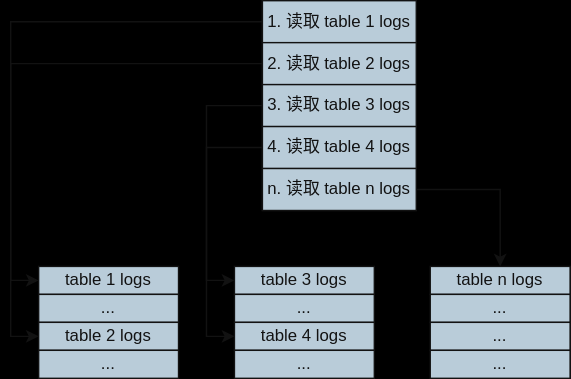
Earlier version of the draw.io export rockswal.drawio.svg (Rachelint/drawio-store). Source tidied: cells renumbered, new cells last; positions are measured from the earlier drawing's top-left corner, leaving out a move shared by most shapes. Source of this version:
```xml
<mxGraphModel background="#000000">
  <root>
    <mxCell id="0" />
    <mxCell id="1" parent="0" />
    <mxCell id="2" style="rounded=0;whiteSpace=wrap;html=1;fillColor=#182E3E;strokeColor=#FFFFFF;fontColor=#FFFFFF;labelBackgroundColor=none;" parent="1" vertex="1">
      <mxGeometry x="180" width="110" height="150" as="geometry" />
    </mxCell>
    <mxCell id="3" value="&lt;font color=&quot;#ffffff&quot;&gt;table 1 logs&lt;br&gt;&lt;/font&gt;" style="rounded=0;whiteSpace=wrap;html=1;labelBackgroundColor=none;fillColor=#182E3E;strokeColor=#FFFFFF;fontColor=#FFFFFF;" parent="1" vertex="1">
      <mxGeometry x="20" y="190" width="100" height="20" as="geometry" />
    </mxCell>
    <mxCell id="4" value="..." style="rounded=0;whiteSpace=wrap;html=1;labelBackgroundColor=none;fillColor=#182E3E;strokeColor=#FFFFFF;fontColor=#FFFFFF;" parent="1" vertex="1">
      <mxGeometry x="20" y="210" width="100" height="20" as="geometry" />
    </mxCell>
    <mxCell id="5" value="table 2 logs" style="rounded=0;whiteSpace=wrap;html=1;labelBackgroundColor=none;fillColor=#182E3E;strokeColor=#FFFFFF;fontColor=#FFFFFF;" parent="1" vertex="1">
      <mxGeometry x="20" y="230" width="100" height="20" as="geometry" />
    </mxCell>
    <mxCell id="6" value="..." style="rounded=0;whiteSpace=wrap;html=1;labelBackgroundColor=none;fillColor=#182E3E;strokeColor=#FFFFFF;fontColor=#FFFFFF;" parent="1" vertex="1">
      <mxGeometry x="20" y="250" width="100" height="20" as="geometry" />
    </mxCell>
    <mxCell id="7" value="table 3 logs" style="rounded=0;whiteSpace=wrap;html=1;labelBackgroundColor=none;fillColor=#182E3E;strokeColor=#FFFFFF;fontColor=#FFFFFF;" parent="1" vertex="1">
      <mxGeometry x="160" y="190" width="100" height="20" as="geometry" />
    </mxCell>
    <mxCell id="8" value="..." style="rounded=0;whiteSpace=wrap;html=1;labelBackgroundColor=none;fillColor=#182E3E;strokeColor=#FFFFFF;fontColor=#FFFFFF;" parent="1" vertex="1">
      <mxGeometry x="160" y="210" width="100" height="20" as="geometry" />
    </mxCell>
    <mxCell id="9" value="table 4 logs" style="rounded=0;whiteSpace=wrap;html=1;labelBackgroundColor=none;fillColor=#182E3E;strokeColor=#FFFFFF;fontColor=#FFFFFF;" parent="1" vertex="1">
      <mxGeometry x="160" y="230" width="100" height="20" as="geometry" />
    </mxCell>
    <mxCell id="10" value="..." style="rounded=0;whiteSpace=wrap;html=1;labelBackgroundColor=none;fillColor=#182E3E;strokeColor=#FFFFFF;fontColor=#FFFFFF;" parent="1" vertex="1">
      <mxGeometry x="160" y="250" width="100" height="20" as="geometry" />
    </mxCell>
    <mxCell id="11" value="table n logs" style="rounded=0;whiteSpace=wrap;html=1;labelBackgroundColor=none;fillColor=#182E3E;strokeColor=#FFFFFF;fontColor=#FFFFFF;" parent="1" vertex="1">
      <mxGeometry x="300" y="190" width="100" height="20" as="geometry" />
    </mxCell>
    <mxCell id="12" value="..." style="rounded=0;whiteSpace=wrap;html=1;labelBackgroundColor=none;fillColor=#182E3E;strokeColor=#FFFFFF;fontColor=#FFFFFF;" parent="1" vertex="1">
      <mxGeometry x="300" y="210" width="100" height="20" as="geometry" />
    </mxCell>
    <mxCell id="13" value="..." style="rounded=0;whiteSpace=wrap;html=1;labelBackgroundColor=none;fillColor=#182E3E;strokeColor=#FFFFFF;fontColor=#FFFFFF;" parent="1" vertex="1">
      <mxGeometry x="300" y="230" width="100" height="20" as="geometry" />
    </mxCell>
    <mxCell id="14" value="..." style="rounded=0;whiteSpace=wrap;html=1;labelBackgroundColor=none;fillColor=#182E3E;strokeColor=#FFFFFF;fontColor=#FFFFFF;" parent="1" vertex="1">
      <mxGeometry x="300" y="250" width="100" height="20" as="geometry" />
    </mxCell>
    <mxCell id="15" style="edgeStyle=orthogonalEdgeStyle;rounded=0;jettySize=auto;html=1;exitX=0;exitY=0.5;exitDx=0;exitDy=0;entryX=0;entryY=0.5;entryDx=0;entryDy=0;strokeColor=#FFFFFF;labelBackgroundColor=none;fontColor=default;" parent="1" edge="1" source="16" target="3">
      <mxGeometry relative="1" as="geometry" />
    </mxCell>
    <mxCell id="16" value="1. 读取 table 1 logs" style="text;html=1;align=center;verticalAlign=middle;whiteSpace=wrap;rounded=0;fillColor=#182E3E;strokeColor=#FFFFFF;fontColor=#FFFFFF;labelBackgroundColor=none;" parent="1" vertex="1">
      <mxGeometry x="180" width="110" height="30" as="geometry" />
    </mxCell>
    <mxCell id="17" style="edgeStyle=orthogonalEdgeStyle;rounded=0;jettySize=auto;html=1;exitX=0;exitY=0.5;exitDx=0;exitDy=0;entryX=0;entryY=0.5;entryDx=0;entryDy=0;strokeColor=#FFFFFF;labelBackgroundColor=none;fontColor=default;" parent="1" edge="1" source="18" target="5">
      <mxGeometry relative="1" as="geometry">
        <Array as="points">
          <mxPoint y="45" />
          <mxPoint y="240" />
        </Array>
      </mxGeometry>
    </mxCell>
    <mxCell id="18" value="2. 读取 table 2 logs" style="text;html=1;align=center;verticalAlign=middle;whiteSpace=wrap;rounded=0;fillColor=#182E3E;strokeColor=#FFFFFF;fontColor=#FFFFFF;labelBackgroundColor=none;" parent="1" vertex="1">
      <mxGeometry x="180" y="30" width="110" height="30" as="geometry" />
    </mxCell>
    <mxCell id="19" style="edgeStyle=orthogonalEdgeStyle;rounded=0;jettySize=auto;html=1;exitX=0;exitY=0.5;exitDx=0;exitDy=0;entryX=0;entryY=0.5;entryDx=0;entryDy=0;strokeColor=#FFFFFF;labelBackgroundColor=none;fontColor=default;" parent="1" edge="1" source="20" target="7">
      <mxGeometry relative="1" as="geometry" />
    </mxCell>
    <mxCell id="20" value="3. 读取 table 3 logs" style="text;html=1;align=center;verticalAlign=middle;whiteSpace=wrap;rounded=0;fillColor=#182E3E;strokeColor=#FFFFFF;fontColor=#FFFFFF;labelBackgroundColor=none;" parent="1" vertex="1">
      <mxGeometry x="180" y="60" width="110" height="30" as="geometry" />
    </mxCell>
    <mxCell id="21" style="edgeStyle=orthogonalEdgeStyle;rounded=0;jettySize=auto;html=1;exitX=0;exitY=0.5;exitDx=0;exitDy=0;entryX=0;entryY=0.5;entryDx=0;entryDy=0;strokeColor=#FFFFFF;labelBackgroundColor=none;fontColor=default;" parent="1" edge="1" source="22" target="9">
      <mxGeometry relative="1" as="geometry" />
    </mxCell>
    <mxCell id="22" value="4. 读取 table 4 logs" style="text;html=1;align=center;verticalAlign=middle;whiteSpace=wrap;rounded=0;fillColor=#182E3E;strokeColor=#FFFFFF;fontColor=#FFFFFF;labelBackgroundColor=none;" parent="1" vertex="1">
      <mxGeometry x="180" y="90" width="110" height="30" as="geometry" />
    </mxCell>
    <mxCell id="23" style="edgeStyle=orthogonalEdgeStyle;rounded=0;jettySize=auto;html=1;exitX=1;exitY=0.5;exitDx=0;exitDy=0;entryX=0.5;entryY=0;entryDx=0;entryDy=0;strokeColor=#FFFFFF;labelBackgroundColor=none;fontColor=default;" parent="1" edge="1" source="24" target="11">
      <mxGeometry relative="1" as="geometry" />
    </mxCell>
    <mxCell id="24" value="n. 读取 table n logs" style="text;html=1;align=center;verticalAlign=middle;whiteSpace=wrap;rounded=0;fillColor=#182E3E;strokeColor=#FFFFFF;fontColor=#FFFFFF;labelBackgroundColor=none;" parent="1" vertex="1">
      <mxGeometry x="180" y="120" width="110" height="30" as="geometry" />
    </mxCell>
  </root>
</mxGraphModel>
```
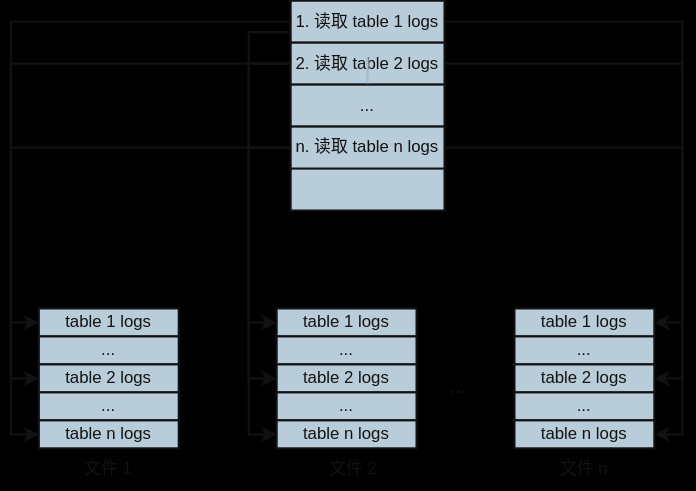
The same file after the commit.

Change to the diagram source:
```diff
@@ -2,79 +2,122 @@
   <root>
     <mxCell id="0" />
     <mxCell id="1" parent="0" />
-    <mxCell id="2" style="rounded=0;whiteSpace=wrap;html=1;fillColor=#182E3E;strokeColor=#FFFFFF;fontColor=#FFFFFF;labelBackgroundColor=none;" parent="1" vertex="1">
-      <mxGeometry x="180" width="110" height="150" as="geometry" />
+    <mxCell id="2" style="rounded=0;whiteSpace=wrap;html=1;fillColor=#182E3E;strokeColor=#FFFFFF;fontColor=#FFFFFF;labelBackgroundColor=none;strokeWidth=1.5;" parent="1" vertex="1">
+      <mxGeometry x="210" y="-30" width="110" height="150" as="geometry" />
     </mxCell>
-    <mxCell id="3" value="&lt;font color=&quot;#ffffff&quot;&gt;table 1 logs&lt;br&gt;&lt;/font&gt;" style="rounded=0;whiteSpace=wrap;html=1;labelBackgroundColor=none;fillColor=#182E3E;strokeColor=#FFFFFF;fontColor=#FFFFFF;" parent="1" vertex="1">
-      <mxGeometry x="20" y="190" width="100" height="20" as="geometry" />
+    <mxCell id="3" value="&lt;font color=&quot;#ffffff&quot;&gt;table 1 logs&lt;br&gt;&lt;/font&gt;" style="rounded=0;whiteSpace=wrap;html=1;labelBackgroundColor=none;fillColor=#182E3E;strokeColor=#FFFFFF;fontColor=#FFFFFF;strokeWidth=1.5;" parent="1" vertex="1">
+      <mxGeometry x="30" y="190" width="100" height="20" as="geometry" />
     </mxCell>
-    <mxCell id="4" value="..." style="rounded=0;whiteSpace=wrap;html=1;labelBackgroundColor=none;fillColor=#182E3E;strokeColor=#FFFFFF;fontColor=#FFFFFF;" parent="1" vertex="1">
-      <mxGeometry x="20" y="210" width="100" height="20" as="geometry" />
+    <mxCell id="4" value="..." style="rounded=0;whiteSpace=wrap;html=1;labelBackgroundColor=none;fillColor=#182E3E;strokeColor=#FFFFFF;fontColor=#FFFFFF;strokeWidth=1.5;" parent="1" vertex="1">
+      <mxGeometry x="30" y="210" width="100" height="20" as="geometry" />
     </mxCell>
-    <mxCell id="5" value="table 2 logs" style="rounded=0;whiteSpace=wrap;html=1;labelBackgroundColor=none;fillColor=#182E3E;strokeColor=#FFFFFF;fontColor=#FFFFFF;" parent="1" vertex="1">
-      <mxGeometry x="20" y="230" width="100" height="20" as="geometry" />
+    <mxCell id="5" value="table 2 logs" style="rounded=0;whiteSpace=wrap;html=1;labelBackgroundColor=none;fillColor=#182E3E;strokeColor=#FFFFFF;fontColor=#FFFFFF;strokeWidth=1.5;" parent="1" vertex="1">
+      <mxGeometry x="30" y="230" width="100" height="20" as="geometry" />
     </mxCell>
-    <mxCell id="6" value="..." style="rounded=0;whiteSpace=wrap;html=1;labelBackgroundColor=none;fillColor=#182E3E;strokeColor=#FFFFFF;fontColor=#FFFFFF;" parent="1" vertex="1">
-      <mxGeometry x="20" y="250" width="100" height="20" as="geometry" />
+    <mxCell id="6" value="..." style="rounded=0;whiteSpace=wrap;html=1;labelBackgroundColor=none;fillColor=#182E3E;strokeColor=#FFFFFF;fontColor=#FFFFFF;strokeWidth=1.5;" parent="1" vertex="1">
+      <mxGeometry x="30" y="250" width="100" height="20" as="geometry" />
     </mxCell>
-    <mxCell id="7" value="table 3 logs" style="rounded=0;whiteSpace=wrap;html=1;labelBackgroundColor=none;fillColor=#182E3E;strokeColor=#FFFFFF;fontColor=#FFFFFF;" parent="1" vertex="1">
-      <mxGeometry x="160" y="190" width="100" height="20" as="geometry" />
+    <mxCell id="7" value="table 1 logs" style="rounded=0;whiteSpace=wrap;html=1;labelBackgroundColor=none;fillColor=#182E3E;strokeColor=#FFFFFF;fontColor=#FFFFFF;strokeWidth=1.5;" parent="1" vertex="1">
+      <mxGeometry x="200" y="190" width="100" height="20" as="geometry" />
     </mxCell>
-    <mxCell id="8" value="..." style="rounded=0;whiteSpace=wrap;html=1;labelBackgroundColor=none;fillColor=#182E3E;strokeColor=#FFFFFF;fontColor=#FFFFFF;" parent="1" vertex="1">
-      <mxGeometry x="160" y="210" width="100" height="20" as="geometry" />
+    <mxCell id="8" value="..." style="rounded=0;whiteSpace=wrap;html=1;labelBackgroundColor=none;fillColor=#182E3E;strokeColor=#FFFFFF;fontColor=#FFFFFF;strokeWidth=1.5;" parent="1" vertex="1">
+      <mxGeometry x="200" y="210" width="100" height="20" as="geometry" />
     </mxCell>
-    <mxCell id="9" value="table 4 logs" style="rounded=0;whiteSpace=wrap;html=1;labelBackgroundColor=none;fillColor=#182E3E;strokeColor=#FFFFFF;fontColor=#FFFFFF;" parent="1" vertex="1">
-      <mxGeometry x="160" y="230" width="100" height="20" as="geometry" />
+    <mxCell id="9" value="table 2 logs" style="rounded=0;whiteSpace=wrap;html=1;labelBackgroundColor=none;fillColor=#182E3E;strokeColor=#FFFFFF;fontColor=#FFFFFF;strokeWidth=1.5;" parent="1" vertex="1">
+      <mxGeometry x="200" y="230" width="100" height="20" as="geometry" />
     </mxCell>
-    <mxCell id="10" value="..." style="rounded=0;whiteSpace=wrap;html=1;labelBackgroundColor=none;fillColor=#182E3E;strokeColor=#FFFFFF;fontColor=#FFFFFF;" parent="1" vertex="1">
-      <mxGeometry x="160" y="250" width="100" height="20" as="geometry" />
+    <mxCell id="10" value="..." style="rounded=0;whiteSpace=wrap;html=1;labelBackgroundColor=none;fillColor=#182E3E;strokeColor=#FFFFFF;fontColor=#FFFFFF;strokeWidth=1.5;" parent="1" vertex="1">
+      <mxGeometry x="200" y="250" width="100" height="20" as="geometry" />
     </mxCell>
-    <mxCell id="11" value="table n logs" style="rounded=0;whiteSpace=wrap;html=1;labelBackgroundColor=none;fillColor=#182E3E;strokeColor=#FFFFFF;fontColor=#FFFFFF;" parent="1" vertex="1">
-      <mxGeometry x="300" y="190" width="100" height="20" as="geometry" />
+    <mxCell id="11" value="table 1 logs" style="rounded=0;whiteSpace=wrap;html=1;labelBackgroundColor=none;fillColor=#182E3E;strokeColor=#FFFFFF;fontColor=#FFFFFF;strokeWidth=1.5;" parent="1" vertex="1">
+      <mxGeometry x="370" y="190" width="100" height="20" as="geometry" />
     </mxCell>
-    <mxCell id="12" value="..." style="rounded=0;whiteSpace=wrap;html=1;labelBackgroundColor=none;fillColor=#182E3E;strokeColor=#FFFFFF;fontColor=#FFFFFF;" parent="1" vertex="1">
-      <mxGeometry x="300" y="210" width="100" height="20" as="geometry" />
+    <mxCell id="12" value="..." style="rounded=0;whiteSpace=wrap;html=1;labelBackgroundColor=none;fillColor=#182E3E;strokeColor=#FFFFFF;fontColor=#FFFFFF;strokeWidth=1.5;" parent="1" vertex="1">
+      <mxGeometry x="370" y="210" width="100" height="20" as="geometry" />
     </mxCell>
-    <mxCell id="13" value="..." style="rounded=0;whiteSpace=wrap;html=1;labelBackgroundColor=none;fillColor=#182E3E;strokeColor=#FFFFFF;fontColor=#FFFFFF;" parent="1" vertex="1">
-      <mxGeometry x="300" y="230" width="100" height="20" as="geometry" />
+    <mxCell id="13" value="table 2 logs" style="rounded=0;whiteSpace=wrap;html=1;labelBackgroundColor=none;fillColor=#182E3E;strokeColor=#FFFFFF;fontColor=#FFFFFF;strokeWidth=1.5;" parent="1" vertex="1">
+      <mxGeometry x="370" y="230" width="100" height="20" as="geometry" />
     </mxCell>
-    <mxCell id="14" value="..." style="rounded=0;whiteSpace=wrap;html=1;labelBackgroundColor=none;fillColor=#182E3E;strokeColor=#FFFFFF;fontColor=#FFFFFF;" parent="1" vertex="1">
-      <mxGeometry x="300" y="250" width="100" height="20" as="geometry" />
+    <mxCell id="14" value="..." style="rounded=0;whiteSpace=wrap;html=1;labelBackgroundColor=none;fillColor=#182E3E;strokeColor=#FFFFFF;fontColor=#FFFFFF;strokeWidth=1.5;" parent="1" vertex="1">
+      <mxGeometry x="370" y="250" width="100" height="20" as="geometry" />
     </mxCell>
+    <mxCell id="25" style="edgeStyle=orthogonalEdgeStyle;rounded=0;jettySize=auto;html=1;exitX=0;exitY=0.75;exitDx=0;exitDy=0;entryX=0;entryY=0.5;entryDx=0;entryDy=0;strokeColor=#FFFFFF;strokeWidth=1.5;" parent="1" edge="1" source="16" target="7">
+      <mxGeometry relative="1" as="geometry">
+        <Array as="points">
+          <mxPoint x="180" y="-7" />
+          <mxPoint x="180" y="200" />
+        </Array>
+      </mxGeometry>
+    </mxCell>
-    <mxCell id="15" style="edgeStyle=orthogonalEdgeStyle;rounded=0;jettySize=auto;html=1;exitX=0;exitY=0.5;exitDx=0;exitDy=0;entryX=0;entryY=0.5;entryDx=0;entryDy=0;strokeColor=#FFFFFF;labelBackgroundColor=none;fontColor=default;" parent="1" edge="1" source="16" target="3">
+    <mxCell id="15" style="edgeStyle=orthogonalEdgeStyle;rounded=0;jettySize=auto;html=1;exitX=0;exitY=0.5;exitDx=0;exitDy=0;entryX=0;entryY=0.5;entryDx=0;entryDy=0;strokeColor=#FFFFFF;strokeWidth=1.5;" parent="1" edge="1" source="16" target="3">
       <mxGeometry relative="1" as="geometry" />
     </mxCell>
+    <mxCell id="26" style="edgeStyle=orthogonalEdgeStyle;rounded=0;jettySize=auto;html=1;exitX=1;exitY=0.5;exitDx=0;exitDy=0;entryX=1;entryY=0.5;entryDx=0;entryDy=0;strokeColor=#FFFFFF;strokeWidth=1.5;" parent="1" edge="1" source="16" target="11">
+      <mxGeometry relative="1" as="geometry" />
+    </mxCell>
-    <mxCell id="16" value="1. 读取 table 1 logs" style="text;html=1;align=center;verticalAlign=middle;whiteSpace=wrap;rounded=0;fillColor=#182E3E;strokeColor=#FFFFFF;fontColor=#FFFFFF;labelBackgroundColor=none;" parent="1" vertex="1">
-      <mxGeometry x="180" width="110" height="30" as="geometry" />
+    <mxCell id="16" value="1. 读取 table 1 logs" style="text;html=1;align=center;verticalAlign=middle;whiteSpace=wrap;rounded=0;fillColor=#182E3E;strokeColor=#FFFFFF;fontColor=#FFFFFF;labelBackgroundColor=none;strokeWidth=1.5;" parent="1" vertex="1">
+      <mxGeometry x="210" y="-30" width="110" height="30" as="geometry" />
     </mxCell>
+    <mxCell id="27" style="edgeStyle=orthogonalEdgeStyle;rounded=0;jettySize=auto;html=1;exitX=0;exitY=0.5;exitDx=0;exitDy=0;entryX=0;entryY=0.5;entryDx=0;entryDy=0;strokeColor=#FFFFFF;strokeWidth=1.5;" parent="1" edge="1" source="18" target="9">
+      <mxGeometry relative="1" as="geometry">
+        <Array as="points">
+          <mxPoint x="180" y="15" />
+          <mxPoint x="180" y="240" />
+        </Array>
+      </mxGeometry>
+    </mxCell>
-    <mxCell id="17" style="edgeStyle=orthogonalEdgeStyle;rounded=0;jettySize=auto;html=1;exitX=0;exitY=0.5;exitDx=0;exitDy=0;entryX=0;entryY=0.5;entryDx=0;entryDy=0;strokeColor=#FFFFFF;labelBackgroundColor=none;fontColor=default;" parent="1" edge="1" source="18" target="5">
-      <mxGeometry relative="1" as="geometry">
-        <Array as="points">
-          <mxPoint y="45" />
-          <mxPoint y="240" />
-        </Array>
-      </mxGeometry>
+    <mxCell id="17" style="edgeStyle=orthogonalEdgeStyle;rounded=0;jettySize=auto;html=1;exitX=0;exitY=0.5;exitDx=0;exitDy=0;entryX=0;entryY=0.5;entryDx=0;entryDy=0;strokeColor=#FFFFFF;strokeWidth=1.5;" parent="1" edge="1" source="18" target="5">
+      <mxGeometry relative="1" as="geometry" />
     </mxCell>
+    <mxCell id="28" style="edgeStyle=orthogonalEdgeStyle;rounded=0;jettySize=auto;html=1;exitX=1;exitY=0.5;exitDx=0;exitDy=0;entryX=1;entryY=0.5;entryDx=0;entryDy=0;strokeColor=#FFFFFF;strokeWidth=1.5;" parent="1" edge="1" source="18" target="13">
+      <mxGeometry relative="1" as="geometry" />
+    </mxCell>
-    <mxCell id="18" value="2. 读取 table 2 logs" style="text;html=1;align=center;verticalAlign=middle;whiteSpace=wrap;rounded=0;fillColor=#182E3E;strokeColor=#FFFFFF;fontColor=#FFFFFF;labelBackgroundColor=none;" parent="1" vertex="1">
-      <mxGeometry x="180" y="30" width="110" height="30" as="geometry" />
+    <mxCell id="18" value="2. 读取 table 2 logs" style="text;html=1;align=center;verticalAlign=middle;whiteSpace=wrap;rounded=0;fillColor=#182E3E;strokeColor=#FFFFFF;fontColor=#FFFFFF;labelBackgroundColor=none;strokeWidth=1.5;" parent="1" vertex="1">
+      <mxGeometry x="210" width="110" height="30" as="geometry" />
     </mxCell>
-    <mxCell id="19" style="edgeStyle=orthogonalEdgeStyle;rounded=0;jettySize=auto;html=1;exitX=0;exitY=0.5;exitDx=0;exitDy=0;entryX=0;entryY=0.5;entryDx=0;entryDy=0;strokeColor=#FFFFFF;labelBackgroundColor=none;fontColor=default;" parent="1" edge="1" source="20" target="7">
-      <mxGeometry relative="1" as="geometry" />
-    </mxCell>
-    <mxCell id="20" value="3. 读取 table 3 logs" style="text;html=1;align=center;verticalAlign=middle;whiteSpace=wrap;rounded=0;fillColor=#182E3E;strokeColor=#FFFFFF;fontColor=#FFFFFF;labelBackgroundColor=none;" parent="1" vertex="1">
-      <mxGeometry x="180" y="60" width="110" height="30" as="geometry" />
-    </mxCell>
-    <mxCell id="21" style="edgeStyle=orthogonalEdgeStyle;rounded=0;jettySize=auto;html=1;exitX=0;exitY=0.5;exitDx=0;exitDy=0;entryX=0;entryY=0.5;entryDx=0;entryDy=0;strokeColor=#FFFFFF;labelBackgroundColor=none;fontColor=default;" parent="1" edge="1" source="22" target="9">
-      <mxGeometry relative="1" as="geometry" />
-    </mxCell>
+    <mxCell id="29" style="edgeStyle=orthogonalEdgeStyle;rounded=0;jettySize=auto;html=1;strokeColor=#23445D;strokeWidth=1.5;" parent="1" edge="1" source="22" target="18">
+      <mxGeometry relative="1" as="geometry" />
+    </mxCell>
-    <mxCell id="22" value="4. 读取 table 4 logs" style="text;html=1;align=center;verticalAlign=middle;whiteSpace=wrap;rounded=0;fillColor=#182E3E;strokeColor=#FFFFFF;fontColor=#FFFFFF;labelBackgroundColor=none;" parent="1" vertex="1">
-      <mxGeometry x="180" y="90" width="110" height="30" as="geometry" />
+    <mxCell id="22" value="..." style="text;html=1;align=center;verticalAlign=middle;whiteSpace=wrap;rounded=0;fillColor=#182E3E;strokeColor=#FFFFFF;fontColor=#FFFFFF;labelBackgroundColor=none;strokeWidth=1.5;" parent="1" vertex="1">
+      <mxGeometry x="210" y="30" width="110" height="30" as="geometry" />
     </mxCell>
-    <mxCell id="23" style="edgeStyle=orthogonalEdgeStyle;rounded=0;jettySize=auto;html=1;exitX=1;exitY=0.5;exitDx=0;exitDy=0;entryX=0.5;entryY=0;entryDx=0;entryDy=0;strokeColor=#FFFFFF;labelBackgroundColor=none;fontColor=default;" parent="1" edge="1" source="24" target="11">
-      <mxGeometry relative="1" as="geometry" />
-    </mxCell>
+    <mxCell id="30" style="edgeStyle=orthogonalEdgeStyle;rounded=0;jettySize=auto;html=1;exitX=0;exitY=0.5;exitDx=0;exitDy=0;entryX=0;entryY=0.5;entryDx=0;entryDy=0;strokeColor=#FFFFFF;strokeWidth=1.5;" parent="1" edge="1" source="24" target="36">
+      <mxGeometry relative="1" as="geometry" />
+    </mxCell>
+    <mxCell id="31" style="edgeStyle=orthogonalEdgeStyle;rounded=0;jettySize=auto;html=1;exitX=0;exitY=0.5;exitDx=0;exitDy=0;entryX=0;entryY=0.5;entryDx=0;entryDy=0;strokeColor=#FFFFFF;strokeWidth=1.5;" parent="1" edge="1" source="24" target="37">
+      <mxGeometry relative="1" as="geometry">
+        <Array as="points">
+          <mxPoint x="180" y="75" />
+          <mxPoint x="180" y="280" />
+        </Array>
+      </mxGeometry>
+    </mxCell>
+    <mxCell id="32" style="edgeStyle=orthogonalEdgeStyle;rounded=0;jettySize=auto;html=1;exitX=1;exitY=0.5;exitDx=0;exitDy=0;entryX=1;entryY=0.5;entryDx=0;entryDy=0;strokeColor=#FFFFFF;strokeWidth=1.5;" parent="1" edge="1" source="24" target="38">
+      <mxGeometry relative="1" as="geometry" />
+    </mxCell>
-    <mxCell id="24" value="n. 读取 table n logs" style="text;html=1;align=center;verticalAlign=middle;whiteSpace=wrap;rounded=0;fillColor=#182E3E;strokeColor=#FFFFFF;fontColor=#FFFFFF;labelBackgroundColor=none;" parent="1" vertex="1">
-      <mxGeometry x="180" y="120" width="110" height="30" as="geometry" />
+    <mxCell id="24" value="n. 读取 table n logs" style="text;html=1;align=center;verticalAlign=middle;whiteSpace=wrap;rounded=0;fillColor=#182E3E;strokeColor=#FFFFFF;fontColor=#FFFFFF;labelBackgroundColor=none;strokeWidth=1.5;" parent="1" vertex="1">
+      <mxGeometry x="210" y="60" width="110" height="30" as="geometry" />
     </mxCell>
+    <mxCell id="33" value="文件 1" style="text;html=1;strokeColor=none;fillColor=none;align=center;verticalAlign=middle;whiteSpace=wrap;rounded=0;fontColor=#FFFFFF;" parent="1" vertex="1">
+      <mxGeometry x="50" y="290" width="60" height="30" as="geometry" />
+    </mxCell>
+    <mxCell id="34" value="文件 2" style="text;html=1;strokeColor=none;fillColor=none;align=center;verticalAlign=middle;whiteSpace=wrap;rounded=0;fontColor=#FFFFFF;" parent="1" vertex="1">
+      <mxGeometry x="225" y="290" width="60" height="30" as="geometry" />
+    </mxCell>
+    <mxCell id="35" value="文件 n" style="text;html=1;strokeColor=none;fillColor=none;align=center;verticalAlign=middle;whiteSpace=wrap;rounded=0;fontColor=#FFFFFF;" parent="1" vertex="1">
+      <mxGeometry x="390" y="290" width="60" height="30" as="geometry" />
+    </mxCell>
+    <mxCell id="36" value="table n logs" style="rounded=0;whiteSpace=wrap;html=1;labelBackgroundColor=none;fillColor=#182E3E;strokeColor=#FFFFFF;fontColor=#FFFFFF;strokeWidth=1.5;" parent="1" vertex="1">
+      <mxGeometry x="30" y="270" width="100" height="20" as="geometry" />
+    </mxCell>
+    <mxCell id="37" value="table n logs" style="rounded=0;whiteSpace=wrap;html=1;labelBackgroundColor=none;fillColor=#182E3E;strokeColor=#FFFFFF;fontColor=#FFFFFF;strokeWidth=1.5;" parent="1" vertex="1">
+      <mxGeometry x="200" y="270" width="100" height="20" as="geometry" />
+    </mxCell>
+    <mxCell id="38" value="table n logs" style="rounded=0;whiteSpace=wrap;html=1;labelBackgroundColor=none;fillColor=#182E3E;strokeColor=#FFFFFF;fontColor=#FFFFFF;strokeWidth=1.5;" parent="1" vertex="1">
+      <mxGeometry x="370" y="270" width="100" height="20" as="geometry" />
+    </mxCell>
+    <mxCell id="39" value="&lt;font style=&quot;font-size: 15px;&quot;&gt;...&lt;/font&gt;" style="text;html=1;strokeColor=none;fillColor=none;align=center;verticalAlign=middle;whiteSpace=wrap;rounded=0;fontColor=#FFFFFF;" parent="1" vertex="1">
+      <mxGeometry x="300" y="230" width="60" height="30" as="geometry" />
+    </mxCell>
   </root>
 </mxGraphModel>
```
